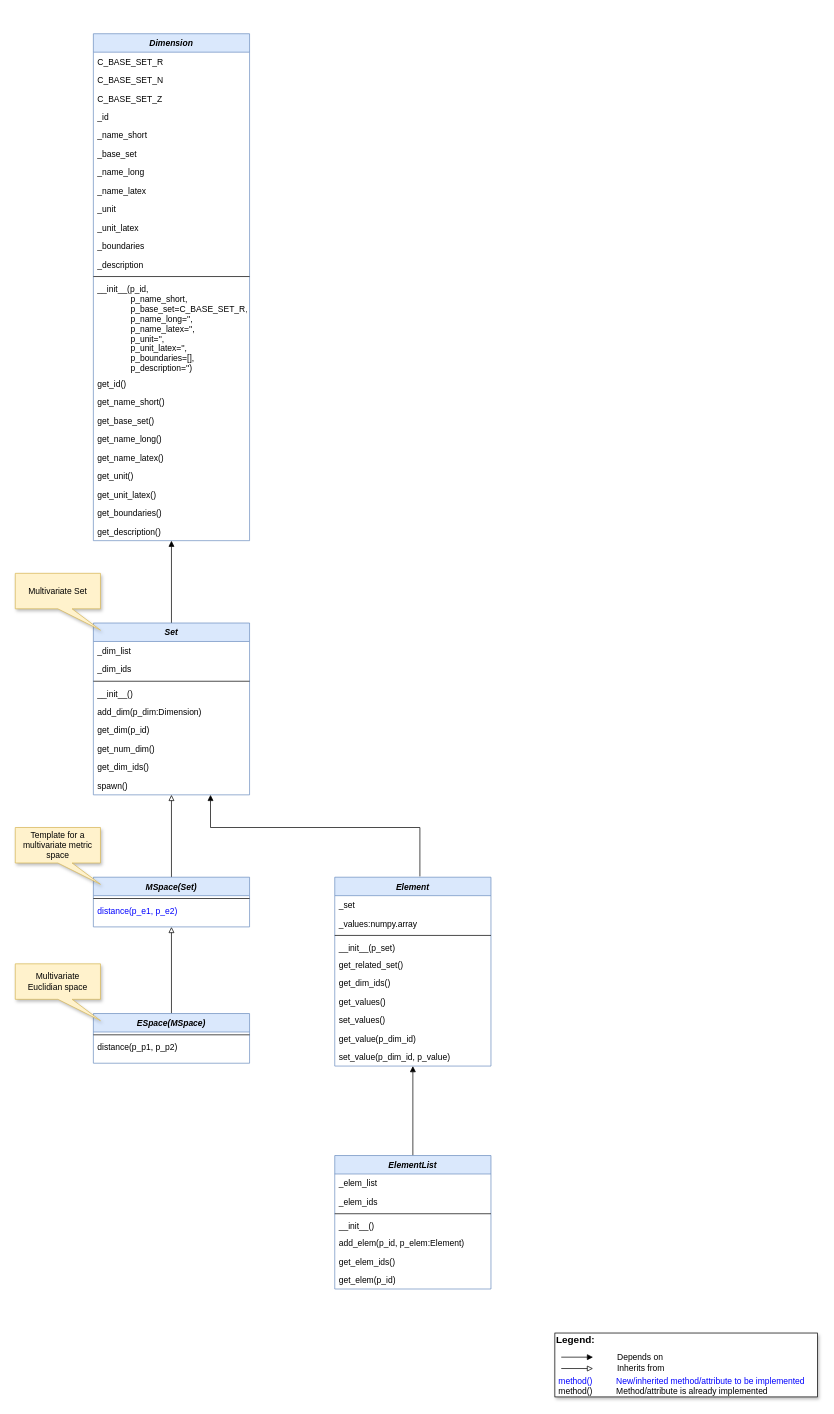
fhswf/MLPro keeps this draw.io diagram as doc/bf/uml_math.drawio. Above is the earlier version. Source tidied: cells renumbered, new cells numbered last; positions are measured from the earlier drawing's top-left corner, leaving out a move shared by most shapes. Both pictures are drawn from the tidied source at 71%, with x=0, y=0 at pixel (15, 33).
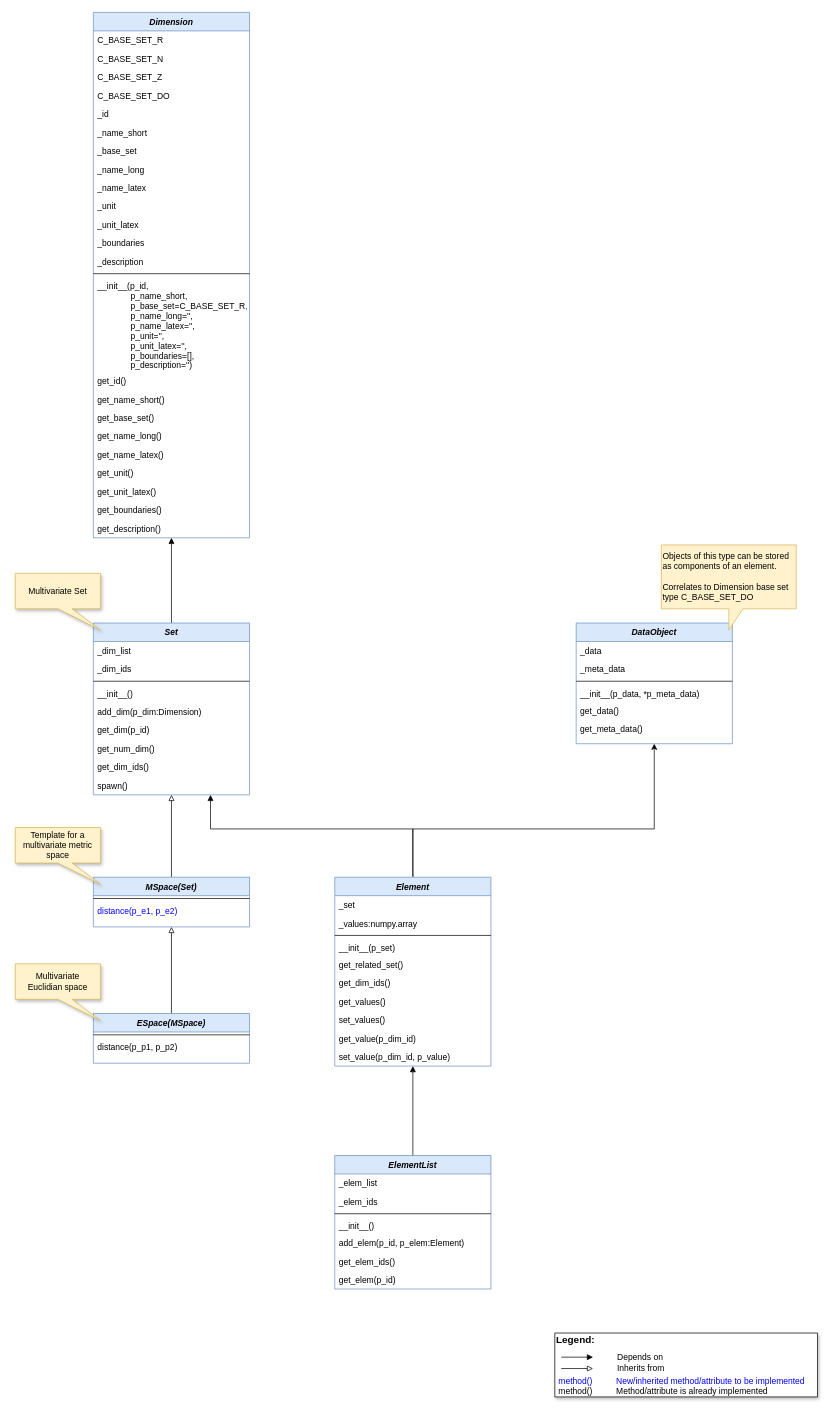
After the change.

Commit message (it also covers changes not shown here):
BF-Math: Data object extension #36

The change refers to these unchanged cells:
```xml
<mxCell id="7" value="Set" style="swimlane;fontStyle=3;align=center;verticalAlign=top;horizontal=1;startSize=26;rounded=0;shadow=0;strokeWidth=1;fillColor=#dae8fc;strokeColor=#6c8ebf;" parent="1" vertex="1">
  <mxGeometry x="110" y="830" width="220" height="242" as="geometry" />
</mxCell>
<mxCell id="42" value="Element" style="swimlane;fontStyle=3;align=center;verticalAlign=top;horizontal=1;startSize=26;rounded=0;shadow=0;strokeWidth=1;fillColor=#dae8fc;strokeColor=#6c8ebf;" parent="1" vertex="1">
  <mxGeometry x="450" y="1188" width="220" height="266" as="geometry" />
</mxCell>
```

Change to the diagram source:
```diff
@@
     <mxCell id="17" value="Dimension" style="swimlane;fontStyle=3;align=center;verticalAlign=top;horizontal=1;startSize=26;rounded=0;shadow=0;strokeWidth=1;fillColor=#dae8fc;strokeColor=#6c8ebf;glass=0;" parent="1" vertex="1">
-      <mxGeometry x="110" width="220" height="714" as="geometry" />
+      <mxGeometry x="110" y="-30" width="220" height="740" as="geometry" />
     </mxCell>
@@
+    <mxCell id="75" value="C_BASE_SET_DO" style="text;align=left;verticalAlign=top;spacingLeft=4;spacingRight=4;overflow=hidden;" parent="17" vertex="1">
+      <mxGeometry y="104" width="220" height="26" as="geometry" />
+    </mxCell>
     <mxCell id="21" value="_id" style="text;align=left;verticalAlign=top;spacingLeft=4;spacingRight=4;overflow=hidden;" parent="17" vertex="1">
-      <mxGeometry y="104" width="220" height="26" as="geometry" />
+      <mxGeometry y="130" width="220" height="26" as="geometry" />
     </mxCell>
     <mxCell id="22" value="_name_short" style="text;align=left;verticalAlign=top;spacingLeft=4;spacingRight=4;overflow=hidden;" parent="17" vertex="1">
-      <mxGeometry y="130" width="220" height="26" as="geometry" />
+      <mxGeometry y="156" width="220" height="26" as="geometry" />
     </mxCell>
     <mxCell id="23" value="_base_set" style="text;align=left;verticalAlign=top;spacingLeft=4;spacingRight=4;overflow=hidden;" parent="17" vertex="1">
-      <mxGeometry y="156" width="220" height="26" as="geometry" />
+      <mxGeometry y="182" width="220" height="26" as="geometry" />
     </mxCell>
     <mxCell id="24" value="_name_long" style="text;align=left;verticalAlign=top;spacingLeft=4;spacingRight=4;overflow=hidden;" parent="17" vertex="1">
-      <mxGeometry y="182" width="220" height="26" as="geometry" />
+      <mxGeometry y="208" width="220" height="26" as="geometry" />
     </mxCell>
     <mxCell id="25" value="_name_latex" style="text;align=left;verticalAlign=top;spacingLeft=4;spacingRight=4;overflow=hidden;" parent="17" vertex="1">
-      <mxGeometry y="208" width="220" height="26" as="geometry" />
+      <mxGeometry y="234" width="220" height="26" as="geometry" />
     </mxCell>
     <mxCell id="26" value="_unit" style="text;align=left;verticalAlign=top;spacingLeft=4;spacingRight=4;overflow=hidden;" parent="17" vertex="1">
-      <mxGeometry y="234" width="220" height="26" as="geometry" />
+      <mxGeometry y="260" width="220" height="26" as="geometry" />
     </mxCell>
     <mxCell id="27" value="_unit_latex" style="text;align=left;verticalAlign=top;spacingLeft=4;spacingRight=4;overflow=hidden;" parent="17" vertex="1">
-      <mxGeometry y="260" width="220" height="26" as="geometry" />
+      <mxGeometry y="286" width="220" height="26" as="geometry" />
     </mxCell>
     <mxCell id="28" value="_boundaries" style="text;align=left;verticalAlign=top;spacingLeft=4;spacingRight=4;overflow=hidden;" parent="17" vertex="1">
-      <mxGeometry y="286" width="220" height="26" as="geometry" />
+      <mxGeometry y="312" width="220" height="26" as="geometry" />
     </mxCell>
     <mxCell id="29" value="_description" style="text;align=left;verticalAlign=top;spacingLeft=4;spacingRight=4;overflow=hidden;" parent="17" vertex="1">
-      <mxGeometry y="312" width="220" height="26" as="geometry" />
+      <mxGeometry y="338" width="220" height="26" as="geometry" />
     </mxCell>
     <mxCell id="30" style="line;html=1;strokeWidth=1;align=left;verticalAlign=middle;spacingTop=-1;spacingLeft=3;spacingRight=3;labelPosition=right;" parent="17" vertex="1">
-      <mxGeometry y="338" width="220" height="8" as="geometry" />
+      <mxGeometry y="364" width="220" height="8" as="geometry" />
     </mxCell>
     <mxCell id="31" value="__init__(p_id, &#10;              p_name_short, &#10;              p_base_set=C_BASE_SET_R,&#10;              p_name_long='', &#10;              p_name_latex='', &#10;              p_unit='', &#10;              p_unit_latex='', &#10;              p_boundaries=[], &#10;              p_description='')" style="text;align=left;verticalAlign=top;spacingLeft=4;spacingRight=4;overflow=hidden;" parent="17" vertex="1">
-      <mxGeometry y="346" width="220" height="134" as="geometry" />
+      <mxGeometry y="372" width="220" height="134" as="geometry" />
     </mxCell>
     <mxCell id="32" value="get_id()" style="text;align=left;verticalAlign=top;spacingLeft=4;spacingRight=4;overflow=hidden;" parent="17" vertex="1">
-      <mxGeometry y="480" width="220" height="26" as="geometry" />
+      <mxGeometry y="506" width="220" height="26" as="geometry" />
     </mxCell>
     <mxCell id="33" value="get_name_short()" style="text;align=left;verticalAlign=top;spacingLeft=4;spacingRight=4;overflow=hidden;" parent="17" vertex="1">
-      <mxGeometry y="506" width="220" height="26" as="geometry" />
+      <mxGeometry y="532" width="220" height="26" as="geometry" />
     </mxCell>
     <mxCell id="34" value="get_base_set()" style="text;align=left;verticalAlign=top;spacingLeft=4;spacingRight=4;overflow=hidden;" parent="17" vertex="1">
-      <mxGeometry y="532" width="220" height="26" as="geometry" />
+      <mxGeometry y="558" width="220" height="26" as="geometry" />
     </mxCell>
     <mxCell id="35" value="get_name_long()" style="text;align=left;verticalAlign=top;spacingLeft=4;spacingRight=4;overflow=hidden;" parent="17" vertex="1">
-      <mxGeometry y="558" width="220" height="26" as="geometry" />
+      <mxGeometry y="584" width="220" height="26" as="geometry" />
     </mxCell>
     <mxCell id="36" value="get_name_latex()" style="text;align=left;verticalAlign=top;spacingLeft=4;spacingRight=4;overflow=hidden;" parent="17" vertex="1">
-      <mxGeometry y="584" width="220" height="26" as="geometry" />
+      <mxGeometry y="610" width="220" height="26" as="geometry" />
     </mxCell>
     <mxCell id="37" value="get_unit()" style="text;align=left;verticalAlign=top;spacingLeft=4;spacingRight=4;overflow=hidden;" parent="17" vertex="1">
-      <mxGeometry y="610" width="220" height="26" as="geometry" />
+      <mxGeometry y="636" width="220" height="26" as="geometry" />
     </mxCell>
     <mxCell id="38" value="get_unit_latex()" style="text;align=left;verticalAlign=top;spacingLeft=4;spacingRight=4;overflow=hidden;" parent="17" vertex="1">
-      <mxGeometry y="636" width="220" height="26" as="geometry" />
+      <mxGeometry y="662" width="220" height="26" as="geometry" />
     </mxCell>
     <mxCell id="39" value="get_boundaries()" style="text;align=left;verticalAlign=top;spacingLeft=4;spacingRight=4;overflow=hidden;" parent="17" vertex="1">
-      <mxGeometry y="662" width="220" height="26" as="geometry" />
+      <mxGeometry y="688" width="220" height="26" as="geometry" />
     </mxCell>
     <mxCell id="40" value="get_description()" style="text;align=left;verticalAlign=top;spacingLeft=4;spacingRight=4;overflow=hidden;" parent="17" vertex="1">
-      <mxGeometry y="688" width="220" height="26" as="geometry" />
+      <mxGeometry y="714" width="220" height="26" as="geometry" />
     </mxCell>
-    <mxCell id="41" style="edgeStyle=orthogonalEdgeStyle;rounded=0;jettySize=auto;html=1;exitX=0.545;exitY=-0.004;exitDx=0;exitDy=0;exitPerimeter=0;endArrow=block;endFill=1;" parent="1" edge="1" source="42" target="7">
+    <mxCell id="41" style="edgeStyle=orthogonalEdgeStyle;rounded=0;jettySize=auto;html=1;endArrow=block;endFill=1;" parent="1" edge="1" target="7">
       <mxGeometry relative="1" as="geometry">
+        <mxPoint x="560" y="1187" as="sourcePoint" />
         <Array as="points">
-          <mxPoint x="570" y="1118" />
-          <mxPoint x="275" y="1118" />
+          <mxPoint x="560" y="1120" />
+          <mxPoint x="275" y="1120" />
         </Array>
       </mxGeometry>
     </mxCell>
+    <mxCell id="76" style="edgeStyle=orthogonalEdgeStyle;rounded=0;jettySize=auto;html=1;exitX=0.5;exitY=0;exitDx=0;exitDy=0;" parent="1" edge="1" source="42" target="77">
+      <mxGeometry relative="1" as="geometry">
+        <Array as="points">
+          <mxPoint x="560" y="1120" />
+          <mxPoint x="900" y="1120" />
+        </Array>
+      </mxGeometry>
+    </mxCell>
@@
+    <mxCell id="77" value="DataObject" style="swimlane;fontStyle=3;align=center;verticalAlign=top;horizontal=1;startSize=26;rounded=0;shadow=0;strokeWidth=1;fillColor=#dae8fc;strokeColor=#6c8ebf;" parent="1" vertex="1">
+      <mxGeometry x="790" y="830" width="220" height="170" as="geometry" />
+    </mxCell>
+    <mxCell id="78" value="_data" style="text;align=left;verticalAlign=top;spacingLeft=4;spacingRight=4;overflow=hidden;" parent="77" vertex="1">
+      <mxGeometry y="26" width="220" height="26" as="geometry" />
+    </mxCell>
+    <mxCell id="79" value="_meta_data" style="text;align=left;verticalAlign=top;spacingLeft=4;spacingRight=4;overflow=hidden;" parent="77" vertex="1">
+      <mxGeometry y="52" width="220" height="26" as="geometry" />
+    </mxCell>
+    <mxCell id="80" style="line;html=1;strokeWidth=1;align=left;verticalAlign=middle;spacingTop=-1;spacingLeft=3;spacingRight=3;labelPosition=right;" parent="77" vertex="1">
+      <mxGeometry y="78" width="220" height="8" as="geometry" />
+    </mxCell>
+    <mxCell id="81" value="__init__(p_data, *p_meta_data)" style="text;align=left;verticalAlign=top;spacingLeft=4;spacingRight=4;overflow=hidden;" parent="77" vertex="1">
+      <mxGeometry y="86" width="220" height="24" as="geometry" />
+    </mxCell>
+    <mxCell id="82" value="get_data()" style="text;align=left;verticalAlign=top;spacingLeft=4;spacingRight=4;overflow=hidden;" parent="77" vertex="1">
+      <mxGeometry y="110" width="220" height="26" as="geometry" />
+    </mxCell>
+    <mxCell id="83" value="get_meta_data()" style="text;align=left;verticalAlign=top;spacingLeft=4;spacingRight=4;overflow=hidden;" parent="77" vertex="1">
+      <mxGeometry y="136" width="220" height="26" as="geometry" />
+    </mxCell>
+    <mxCell id="84" value="Objects of this type can be stored as components of an element.&lt;br&gt;&lt;br&gt;Correlates to Dimension base set type C_BASE_SET_DO" style="shape=callout;whiteSpace=wrap;html=1;perimeter=calloutPerimeter;fillColor=#fff2cc;strokeColor=#d6b656;align=left;" parent="1" vertex="1">
+      <mxGeometry x="910" y="720" width="190" height="120" as="geometry" />
+    </mxCell>
```
